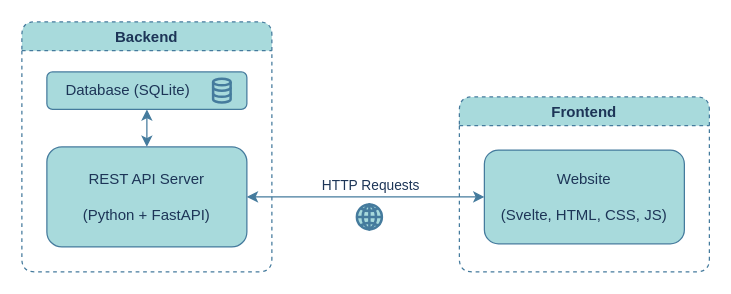
This is application fullstack structure.drawio from kripesh101/thrifty, a draw.io file, before an edit. Source tidied: cells renumbered, new cells numbered last; positions are measured from the earlier drawing's top-left corner, leaving out a move shared by most shapes. Both pictures are drawn from the tidied source at 125%, with x=0, y=0 at pixel (21, 21).
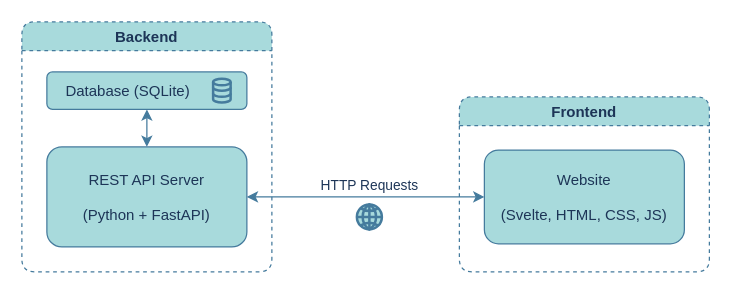
The same diagram, later.

Change to the diagram source:
```diff
@@
 <mxGraphModel>
   <root>
     <mxCell id="0" />
     <mxCell id="1" parent="0" />
     <mxCell id="2" value="Backend" style="swimlane;dashed=1;fillColor=#A8DADC;strokeColor=#457B9D;fontColor=#1D3557;rounded=1;" parent="1" vertex="1">
       <mxGeometry width="200" height="200" as="geometry" />
     </mxCell>
-    <mxCell id="3" style="edgeStyle=orthogonalEdgeStyle;rounded=1;jettySize=auto;html=1;startArrow=classic;startFill=1;labelBackgroundColor=#F1FAEE;strokeColor=#457B9D;fontColor=#1D3557;" parent="2" edge="1" source="4" target="5">
+    <mxCell id="3" style="edgeStyle=orthogonalEdgeStyle;rounded=1;jettySize=auto;startArrow=classic;startFill=1;labelBackgroundColor=#F1FAEE;strokeColor=#457B9D;fontColor=#1D3557;" parent="2" edge="1" source="4" target="5">
       <mxGeometry relative="1" as="geometry" />
     </mxCell>
-    <mxCell id="4" value="&amp;nbsp; &amp;nbsp; Database (SQLite)" style="rounded=1;whiteSpace=wrap;html=1;fillColor=#A8DADC;strokeColor=#457B9D;fontColor=#1D3557;align=left;" parent="2" vertex="1">
+    <mxCell id="4" value="    Database (SQLite)" style="rounded=1;fillColor=#A8DADC;strokeColor=#457B9D;fontColor=#1D3557;align=left;" parent="2" vertex="1">
       <mxGeometry x="20" y="40" width="160" height="30" as="geometry" />
     </mxCell>
-    <mxCell id="5" value="REST API Server&lt;br&gt;&lt;br&gt;(Python + FastAPI)" style="whiteSpace=wrap;html=1;rounded=1;fillColor=#A8DADC;strokeColor=#457B9D;fontColor=#1D3557;" parent="2" vertex="1">
+    <mxCell id="5" value="REST API Server&#10;&#10;(Python + FastAPI)" style="rounded=1;fillColor=#A8DADC;strokeColor=#457B9D;fontColor=#1D3557;" parent="2" vertex="1">
       <mxGeometry x="20" y="100" width="160" height="80" as="geometry" />
     </mxCell>
-    <mxCell id="6" style="html=1;verticalLabelPosition=bottom;align=center;labelBackgroundColor=#ffffff;verticalAlign=top;strokeWidth=2;strokeColor=#457B9D;shadow=0;dashed=0;shape=mxgraph.ios7.icons.data;rounded=1;dashPattern=1 1;fontColor=#1D3557;fillColor=#A8DADC;" parent="2" vertex="1">
+    <mxCell id="6" style="verticalLabelPosition=bottom;align=center;labelBackgroundColor=#ffffff;verticalAlign=top;strokeWidth=2;strokeColor=#457B9D;shadow=0;dashed=0;shape=mxgraph.ios7.icons.data;rounded=1;dashPattern=1 1;fontColor=#1D3557;fillColor=#A8DADC;" parent="2" vertex="1">
       <mxGeometry x="153" y="45.5" width="14" height="19" as="geometry" />
     </mxCell>
     <mxCell id="7" value="Frontend" style="swimlane;dashed=1;fillColor=#A8DADC;strokeColor=#457B9D;fontColor=#1D3557;rounded=1;" parent="1" vertex="1">
       <mxGeometry x="350" y="60" width="200" height="140" as="geometry" />
     </mxCell>
-    <mxCell id="8" value="Website&lt;br&gt;&lt;br&gt;(Svelte, HTML, CSS, JS)" style="whiteSpace=wrap;html=1;rounded=1;fillColor=#A8DADC;strokeColor=#457B9D;fontColor=#1D3557;" parent="7" vertex="1">
+    <mxCell id="8" value="Website&#10;&#10;(Svelte, HTML, CSS, JS)" style="rounded=1;fillColor=#A8DADC;strokeColor=#457B9D;fontColor=#1D3557;" parent="7" vertex="1">
       <mxGeometry x="20" y="42.5" width="160" height="75" as="geometry" />
     </mxCell>
-    <mxCell id="9" style="edgeStyle=orthogonalEdgeStyle;rounded=1;jettySize=auto;html=1;startArrow=classic;startFill=1;labelBackgroundColor=#F1FAEE;strokeColor=#457B9D;fontColor=#1D3557;shadow=0;" parent="1" edge="1" source="5" target="8">
+    <mxCell id="9" style="edgeStyle=orthogonalEdgeStyle;rounded=1;jettySize=auto;startArrow=classic;startFill=1;labelBackgroundColor=#F1FAEE;strokeColor=#457B9D;fontColor=#1D3557;shadow=0;" parent="1" edge="1" source="5" target="8">
       <mxGeometry relative="1" as="geometry" />
     </mxCell>
-    <mxCell id="10" value="HTTP Requests" style="edgeLabel;html=1;align=center;verticalAlign=middle;fontColor=#1D3557;" parent="9" vertex="1">
+    <mxCell id="10" value="HTTP Requests" style="edgeLabel;align=center;verticalAlign=middle;fontColor=#1D3557;" parent="9" vertex="1">
       <mxGeometry x="0.17" y="2" relative="1" as="geometry">
         <mxPoint x="-13" y="-8" as="offset" />
       </mxGeometry>
     </mxCell>
-    <mxCell id="11" style="html=1;verticalLabelPosition=bottom;align=center;labelBackgroundColor=#ffffff;verticalAlign=top;strokeWidth=2;strokeColor=#457B9D;shadow=0;dashed=0;shape=mxgraph.ios7.icons.globe;rounded=1;dashPattern=1 1;fontColor=#1D3557;fillColor=#A8DADC;" parent="1" vertex="1">
+    <mxCell id="11" style="verticalLabelPosition=bottom;align=center;labelBackgroundColor=#ffffff;verticalAlign=top;strokeWidth=2;strokeColor=#457B9D;shadow=0;dashed=0;shape=mxgraph.ios7.icons.globe;rounded=1;dashPattern=1 1;fontColor=#1D3557;fillColor=#A8DADC;" parent="1" vertex="1">
       <mxGeometry x="268" y="146" width="20" height="20" as="geometry" />
     </mxCell>
   </root>
 </mxGraphModel>
```
